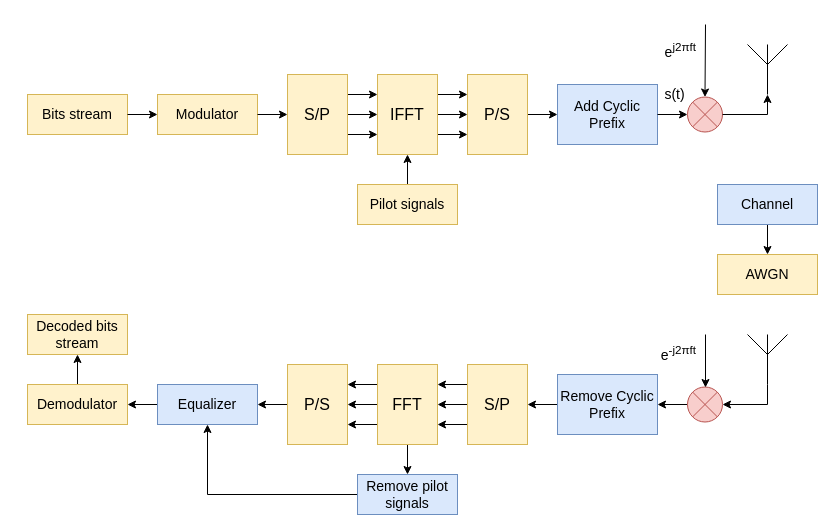
The draw.io diagram Диаграмма без названия.drawio in isvoropaev02/OFDM, before the edit. Source tidied: cells renumbered, new cells numbered last; positions are measured from the earlier drawing's top-left corner, leaving out a move shared by most shapes. Both pictures are drawn from the tidied source at 100%, with x=0, y=0 at pixel (27, 24).
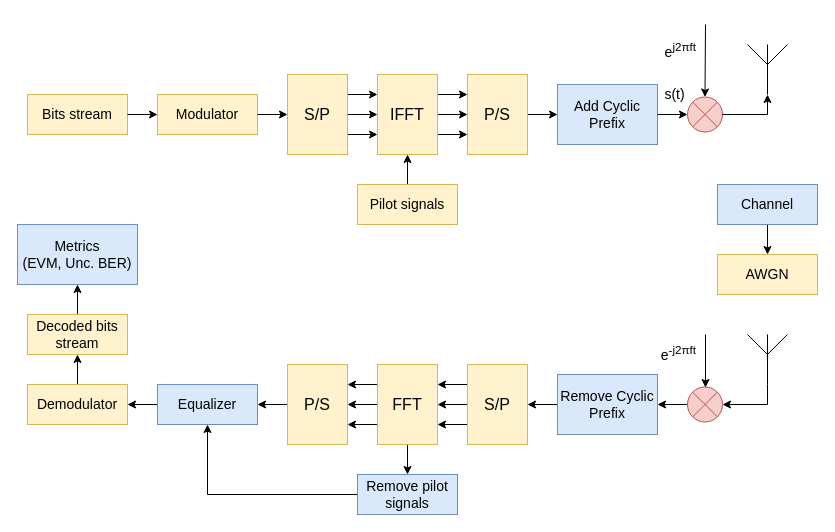
Above is the later version.

The change refers to these unchanged cells:
```xml
<mxCell id="54" value="&lt;font style=&quot;font-size: 14px;&quot; face=&quot;Helvetica&quot;&gt;Decoded bits stream&lt;/font&gt;" style="rounded=0;whiteSpace=wrap;html=1;fillColor=#fff2cc;strokeColor=#d6b656;" parent="1" vertex="1">
  <mxGeometry y="290" width="100" height="40" as="geometry" />
</mxCell>
```

Change to the diagram source:
```diff
@@
+    <mxCell id="55" style="edgeStyle=orthogonalEdgeStyle;rounded=0;jettySize=auto;html=1;exitX=0.5;exitY=0;exitDx=0;exitDy=0;entryX=0.5;entryY=1;entryDx=0;entryDy=0;" parent="1" edge="1" source="54" target="56">
+      <mxGeometry relative="1" as="geometry" />
+    </mxCell>
@@
+    <mxCell id="56" value="&lt;font style=&quot;font-size: 14px;&quot; face=&quot;Helvetica&quot;&gt;Metrics&lt;/font&gt;&lt;div&gt;&lt;font style=&quot;font-size: 14px;&quot; face=&quot;Helvetica&quot;&gt;(EVM, Unc. BER)&lt;/font&gt;&lt;/div&gt;" style="rounded=0;whiteSpace=wrap;html=1;fillColor=#dae8fc;strokeColor=#6c8ebf;" parent="1" vertex="1">
+      <mxGeometry x="-10" y="200" width="120" height="60" as="geometry" />
+    </mxCell>
```
